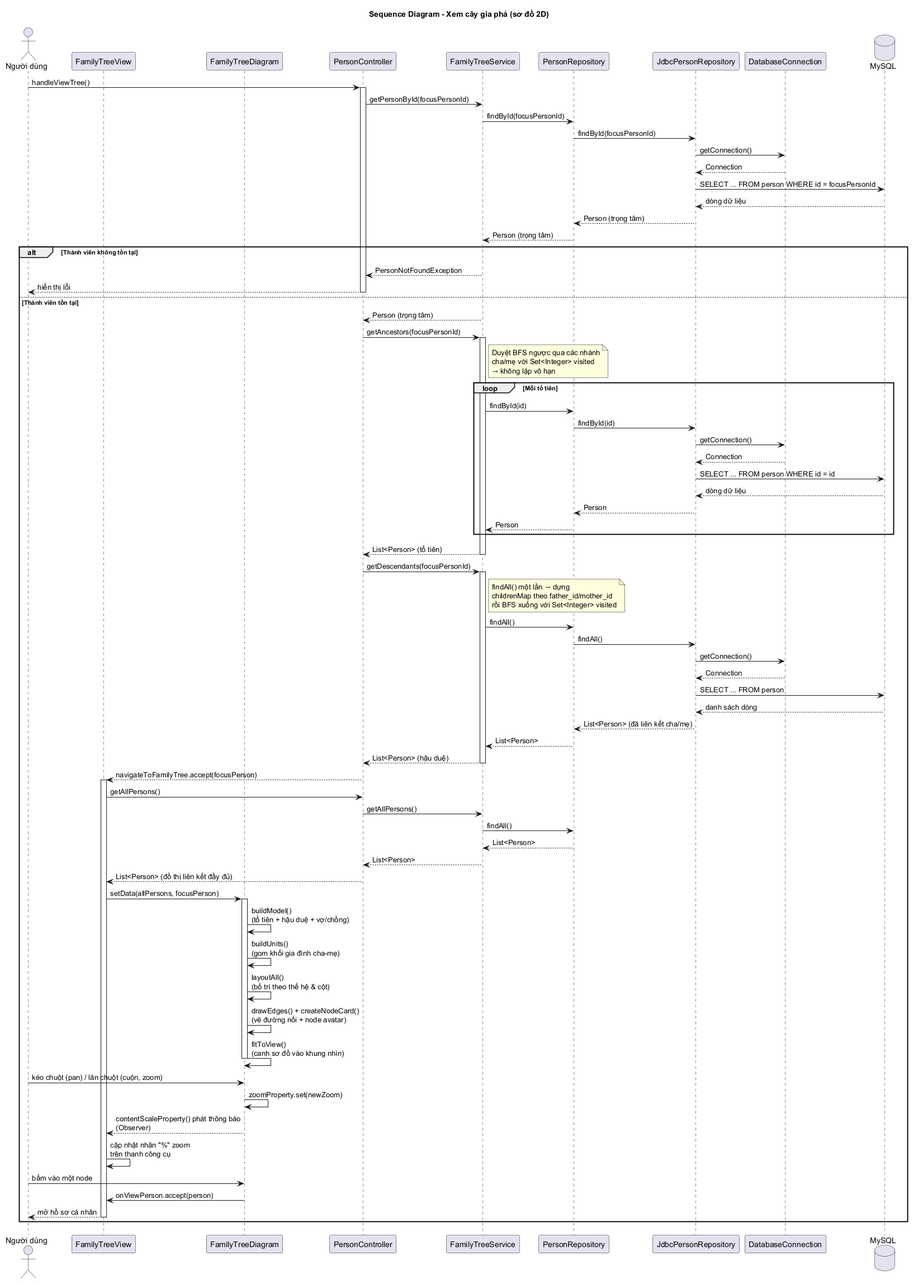
minhchien170704/do-an-gia-pha keeps this PlantUML diagram as docs/uml/sequence-family-tree.png. Above is the earlier version.
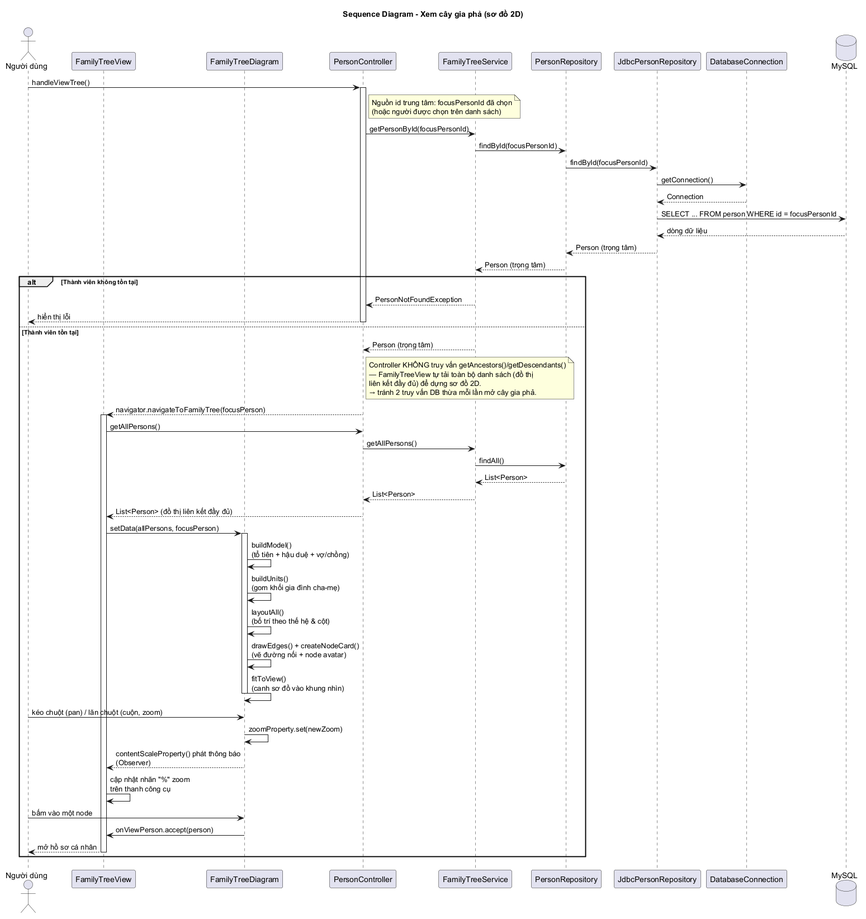
After the change.

The edit, as a diff of the source:
```diff
@@ -14,6 +14,11 @@
 
 User -> Controller : handleViewTree()
 activate Controller
+
+note right of Controller
+  Nguồn id trung tâm: focusPersonId đã chọn
+  (hoặc người được chọn trên danh sách)
+end note
 
 Controller -> Service : getPersonById(focusPersonId)
 Service -> Repo : findById(focusPersonId)
@@ -32,45 +37,14 @@
 else Thành viên tồn tại
     Service --> Controller : Person (trọng tâm)
 
-    Controller -> Service : getAncestors(focusPersonId)
-    activate Service
-    note right of Service
-      Duyệt BFS ngược qua các nhánh
-      cha/mẹ với Set<Integer> visited
-      → không lặp vô hạn
+    note right of Controller
+      Controller KHÔNG truy vấn getAncestors()/getDescendants()
+      — FamilyTreeView tự tải toàn bộ danh sách (đồ thị
+      liên kết đầy đủ) để dựng sơ đồ 2D.
+      → tránh 2 truy vấn DB thừa mỗi lần mở cây gia phả.
     end note
-    loop Mỗi tổ tiên
-        Service -> Repo : findById(id)
-        Repo -> JdbcRepo : findById(id)
-        JdbcRepo -> DBConn : getConnection()
-        DBConn --> JdbcRepo : Connection
-        JdbcRepo -> DB : SELECT ... FROM person WHERE id = id
-        DB --> JdbcRepo : dòng dữ liệu
-        JdbcRepo --> Repo : Person
-        Repo --> Service : Person
-    end
-    Service --> Controller : List<Person> (tổ tiên)
-    deactivate Service
 
-    Controller -> Service : getDescendants(focusPersonId)
-    activate Service
-    note right of Service
-      findAll() một lần → dựng
-      childrenMap theo father_id/mother_id
-      rồi BFS xuống với Set<Integer> visited
-    end note
-    Service -> Repo : findAll()
-    Repo -> JdbcRepo : findAll()
-    JdbcRepo -> DBConn : getConnection()
-    DBConn --> JdbcRepo : Connection
-    JdbcRepo -> DB : SELECT ... FROM person
-    DB --> JdbcRepo : danh sách dòng
-    JdbcRepo --> Repo : List<Person> (đã liên kết cha/mẹ)
-    Repo --> Service : List<Person>
-    Service --> Controller : List<Person> (hậu duệ)
-    deactivate Service
-
-    Controller --> TreeView : navigateToFamilyTree.accept(focusPerson)
+    Controller --> TreeView : navigator.navigateToFamilyTree(focusPerson)
     deactivate Controller
 
     activate TreeView
```
